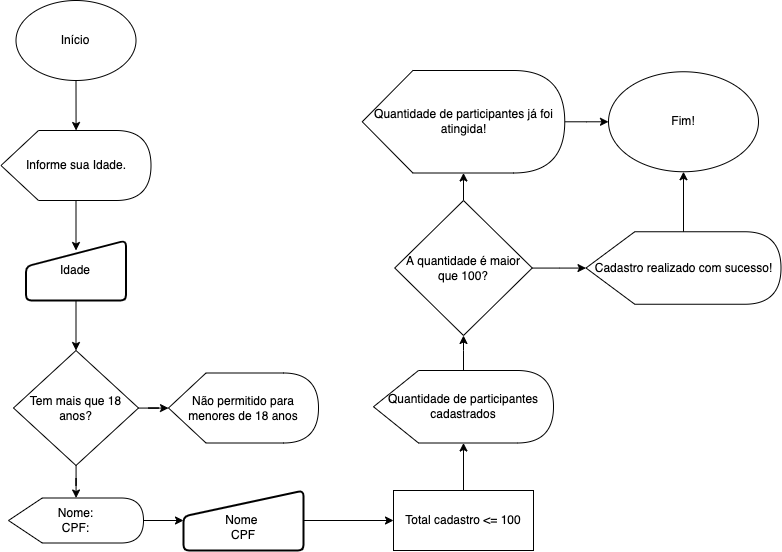
Above: Sem Título.png in LCBarradas/FluxogramaUC8 (draw.io), before the change. Source tidied: cells renumbered, new cells last; positions are measured from the earlier drawing's top-left corner, leaving out a move shared by most shapes. Its diagram source:
```xml
<mxGraphModel>
  <root>
    <mxCell id="0" />
    <mxCell id="1" parent="0" />
    <mxCell id="2" style="edgeStyle=orthogonalEdgeStyle;rounded=0;jettySize=auto;html=1;entryX=0;entryY=0;entryDx=76.25;entryDy=0;entryPerimeter=0;" parent="1" edge="1" source="3" target="5">
      <mxGeometry relative="1" as="geometry">
        <Array as="points">
          <mxPoint x="76" y="130" />
        </Array>
      </mxGeometry>
    </mxCell>
    <mxCell id="3" value="Início" style="ellipse;whiteSpace=wrap;html=1;" parent="1" vertex="1">
      <mxGeometry x="15.5" width="120" height="80" as="geometry" />
    </mxCell>
    <mxCell id="4" style="edgeStyle=orthogonalEdgeStyle;rounded=0;jettySize=auto;html=1;" parent="1" edge="1" source="5">
      <mxGeometry relative="1" as="geometry">
        <mxPoint x="75.5" y="250" as="targetPoint" />
      </mxGeometry>
    </mxCell>
    <mxCell id="5" value="Informe sua Idade." style="shape=display;whiteSpace=wrap;html=1;" parent="1" vertex="1">
      <mxGeometry x="0.5" y="130" width="150" height="70" as="geometry" />
    </mxCell>
    <mxCell id="6" style="edgeStyle=orthogonalEdgeStyle;rounded=0;jettySize=auto;html=1;" parent="1" edge="1" source="8" target="9">
      <mxGeometry relative="1" as="geometry" />
    </mxCell>
    <mxCell id="7" style="edgeStyle=orthogonalEdgeStyle;rounded=0;jettySize=auto;html=1;" parent="1" edge="1" source="8" target="11">
      <mxGeometry relative="1" as="geometry" />
    </mxCell>
    <mxCell id="8" value="Tem mais que 18 anos?" style="rhombus;whiteSpace=wrap;html=1;" parent="1" vertex="1">
      <mxGeometry x="13" y="350" width="125" height="115" as="geometry" />
    </mxCell>
    <mxCell id="9" value="Não permitido para menores de 18 anos" style="shape=display;whiteSpace=wrap;html=1;" parent="1" vertex="1">
      <mxGeometry x="168" y="372.5" width="150" height="70" as="geometry" />
    </mxCell>
    <mxCell id="10" style="edgeStyle=orthogonalEdgeStyle;rounded=0;jettySize=auto;html=1;" parent="1" edge="1" source="11" target="13">
      <mxGeometry relative="1" as="geometry" />
    </mxCell>
    <mxCell id="11" value="Nome:&lt;br&gt;CPF:&lt;br&gt;" style="shape=display;whiteSpace=wrap;html=1;" parent="1" vertex="1">
      <mxGeometry x="8" y="497.5" width="135" height="45" as="geometry" />
    </mxCell>
    <mxCell id="12" style="edgeStyle=orthogonalEdgeStyle;rounded=0;jettySize=auto;html=1;entryX=0;entryY=0.5;entryDx=0;entryDy=0;" parent="1" edge="1" source="13" target="17">
      <mxGeometry relative="1" as="geometry" />
    </mxCell>
    <mxCell id="13" value="&lt;br&gt;Nome&amp;nbsp;&lt;br&gt;CPF" style="html=1;strokeWidth=2;shape=manualInput;whiteSpace=wrap;rounded=1;size=26;arcSize=11;fontFamily=Helvetica;fontSize=12;fontColor=default;align=center;strokeColor=default;fillColor=default;" parent="1" vertex="1">
      <mxGeometry x="183" y="490" width="120" height="60" as="geometry" />
    </mxCell>
    <mxCell id="14" style="edgeStyle=orthogonalEdgeStyle;rounded=0;jettySize=auto;html=1;" parent="1" edge="1" source="15" target="8">
      <mxGeometry relative="1" as="geometry" />
    </mxCell>
    <mxCell id="15" value="Idade" style="html=1;strokeWidth=2;shape=manualInput;whiteSpace=wrap;rounded=1;size=26;arcSize=11;" parent="1" vertex="1">
      <mxGeometry x="25.5" y="240" width="100" height="60" as="geometry" />
    </mxCell>
    <mxCell id="16" style="edgeStyle=orthogonalEdgeStyle;rounded=0;jettySize=auto;html=1;" parent="1" edge="1" source="17" target="19">
      <mxGeometry relative="1" as="geometry" />
    </mxCell>
    <mxCell id="17" value="Total cadastro &amp;lt;= 100" style="rounded=0;whiteSpace=wrap;html=1;" parent="1" vertex="1">
      <mxGeometry x="393" y="490" width="140" height="60" as="geometry" />
    </mxCell>
    <mxCell id="18" style="edgeStyle=orthogonalEdgeStyle;rounded=0;jettySize=auto;html=1;" parent="1" edge="1" source="19" target="22">
      <mxGeometry relative="1" as="geometry" />
    </mxCell>
    <mxCell id="19" value="Quantidade de participantes cadastrados" style="shape=display;whiteSpace=wrap;html=1;" parent="1" vertex="1">
      <mxGeometry x="373" y="370" width="180" height="72.5" as="geometry" />
    </mxCell>
    <mxCell id="20" style="edgeStyle=orthogonalEdgeStyle;rounded=0;jettySize=auto;html=1;" parent="1" edge="1" source="22" target="24">
      <mxGeometry relative="1" as="geometry" />
    </mxCell>
    <mxCell id="21" style="edgeStyle=orthogonalEdgeStyle;rounded=0;jettySize=auto;html=1;" parent="1" edge="1" source="22" target="26">
      <mxGeometry relative="1" as="geometry" />
    </mxCell>
    <mxCell id="22" value="A quantidade é maior&lt;br&gt;que 100?" style="rhombus;whiteSpace=wrap;html=1;" parent="1" vertex="1">
      <mxGeometry x="394.2" y="200" width="137.5" height="135" as="geometry" />
    </mxCell>
    <mxCell id="23" style="edgeStyle=orthogonalEdgeStyle;rounded=0;jettySize=auto;html=1;" parent="1" edge="1" source="24" target="27">
      <mxGeometry relative="1" as="geometry" />
    </mxCell>
    <mxCell id="24" value="Quantidade de participantes já foi atingida!" style="shape=display;whiteSpace=wrap;html=1;" parent="1" vertex="1">
      <mxGeometry x="361.8" y="70" width="202.5" height="102.5" as="geometry" />
    </mxCell>
    <mxCell id="25" style="edgeStyle=orthogonalEdgeStyle;rounded=0;jettySize=auto;html=1;" parent="1" edge="1" source="26" target="27">
      <mxGeometry relative="1" as="geometry" />
    </mxCell>
    <mxCell id="26" value="Cadastro realizado com sucesso!" style="shape=display;whiteSpace=wrap;html=1;" parent="1" vertex="1">
      <mxGeometry x="585.5" y="231.2" width="195" height="72.5" as="geometry" />
    </mxCell>
    <mxCell id="27" value="Fim!" style="ellipse;whiteSpace=wrap;html=1;" parent="1" vertex="1">
      <mxGeometry x="608" y="71.2" width="150" height="100" as="geometry" />
    </mxCell>
  </root>
</mxGraphModel>
```
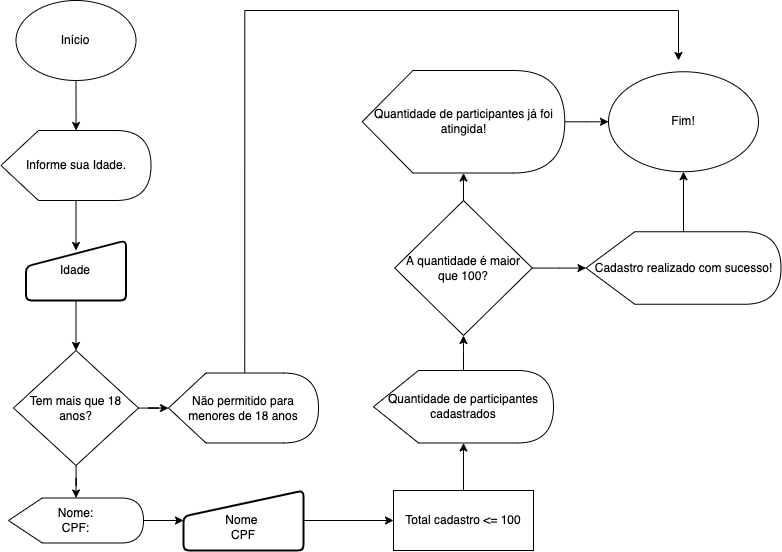
Later version of the same file.

Commit message:
alteração no fluxograma

Change to the diagram source:
```diff
@@ -29,6 +29,16 @@
     <mxCell id="8" value="Tem mais que 18 anos?" style="rhombus;whiteSpace=wrap;html=1;" parent="1" vertex="1">
       <mxGeometry x="13" y="350" width="125" height="115" as="geometry" />
     </mxCell>
+    <mxCell id="28" style="edgeStyle=orthogonalEdgeStyle;rounded=0;jettySize=auto;html=1;exitX=0;exitY=0;exitDx=76.25;exitDy=0;exitPerimeter=0;" parent="1" edge="1" source="9">
+      <mxGeometry relative="1" as="geometry">
+        <mxPoint x="678" y="60" as="targetPoint" />
+        <Array as="points">
+          <mxPoint x="244" y="10" />
+          <mxPoint x="678" y="10" />
+          <mxPoint x="678" y="60" />
+        </Array>
+      </mxGeometry>
+    </mxCell>
     <mxCell id="9" value="Não permitido para menores de 18 anos" style="shape=display;whiteSpace=wrap;html=1;" parent="1" vertex="1">
       <mxGeometry x="168" y="372.5" width="150" height="70" as="geometry" />
     </mxCell>
```
